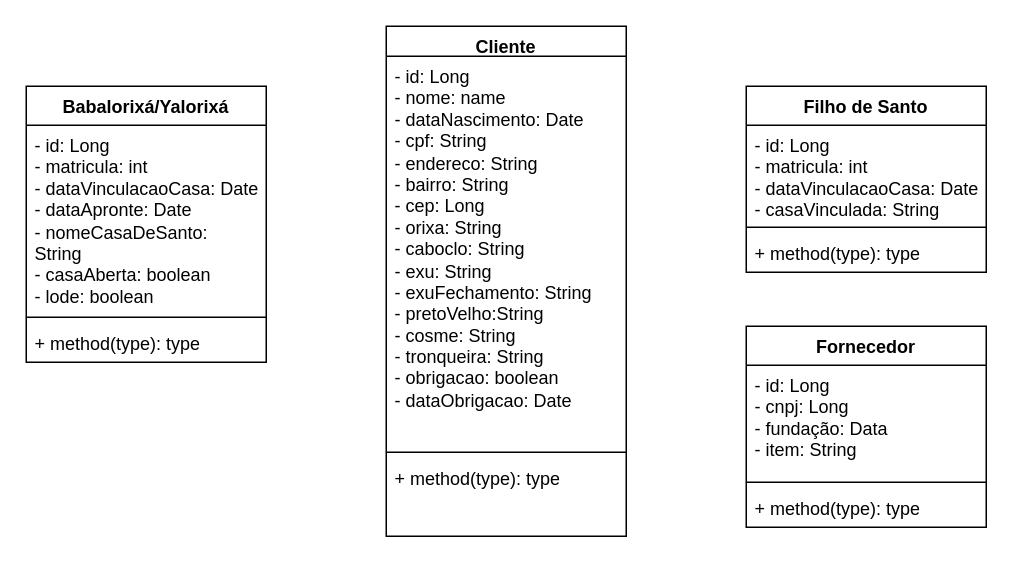
Earlier version of the draw.io diagram DiagramaDeClasse.drawio (AlexCarvalhovisk/sarava). Source tidied: cells renumbered, new cells numbered last; positions are measured from the earlier drawing's top-left corner, leaving out a move shared by most shapes. Both pictures are drawn from the tidied source at 150%, with x=0, y=0 at pixel (26, 26).
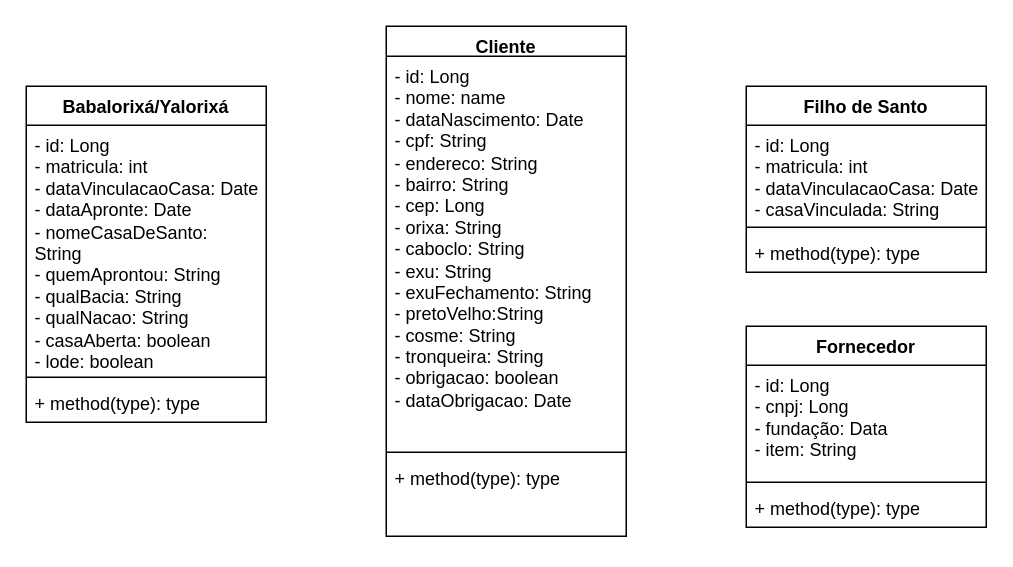
Above is the later version.

The edit, as a diff of the source:
```diff
@@
 <mxGraphModel>
   <root>
     <mxCell id="0" />
     <mxCell id="1" parent="0" />
     <mxCell id="2" value="Cliente" style="swimlane;fontStyle=1;align=center;verticalAlign=top;horizontal=1;startSize=20;whiteSpace=wrap;html=1;" parent="1" vertex="1">
       <mxGeometry x="240" width="160" height="340" as="geometry" />
     </mxCell>
     <mxCell id="3" value="- id: Long&lt;br&gt;- nome: name&lt;br&gt;- dataNascimento: Date&lt;br&gt;- cpf: String&lt;br&gt;- endereco: String&lt;br&gt;- bairro: String&lt;br&gt;- cep: Long&lt;br&gt;- orixa: String&lt;br style=&quot;border-color: var(--border-color);&quot;&gt;- caboclo: String&lt;br style=&quot;border-color: var(--border-color);&quot;&gt;- exu: String&lt;br&gt;- exuFechamento: String&lt;br&gt;- pretoVelho:String&lt;br&gt;- cosme: String&lt;br&gt;- tronqueira: String&lt;br&gt;- obrigacao: boolean&lt;br&gt;- dataObrigacao: Date" style="text;strokeColor=none;fillColor=none;align=left;verticalAlign=top;spacingLeft=4;spacingRight=4;overflow=hidden;whiteSpace=wrap;html=1;" parent="2" vertex="1">
       <mxGeometry y="20" width="160" height="260" as="geometry" />
     </mxCell>
     <mxCell id="4" style="line;strokeWidth=1;fillColor=none;align=left;verticalAlign=middle;spacingTop=-1;spacingLeft=3;spacingRight=3;labelPosition=right;strokeColor=inherit;" parent="2" vertex="1">
       <mxGeometry y="280" width="160" height="8" as="geometry" />
     </mxCell>
     <mxCell id="5" value="+ method(type): type" style="text;strokeColor=none;fillColor=none;align=left;verticalAlign=top;spacingLeft=4;spacingRight=4;overflow=hidden;whiteSpace=wrap;html=1;" parent="2" vertex="1">
       <mxGeometry y="288" width="160" height="52" as="geometry" />
     </mxCell>
     <mxCell id="6" value="Fornecedor" style="swimlane;fontStyle=1;align=center;verticalAlign=top;horizontal=1;startSize=26;whiteSpace=wrap;html=1;" parent="1" vertex="1">
       <mxGeometry x="480" y="200" width="160" height="134" as="geometry" />
     </mxCell>
     <mxCell id="7" value="- id: Long&lt;br&gt;- cnpj: Long&lt;br&gt;- fundação: Data&lt;br&gt;- item: String" style="text;strokeColor=none;fillColor=none;align=left;verticalAlign=top;spacingLeft=4;spacingRight=4;overflow=hidden;whiteSpace=wrap;html=1;" parent="6" vertex="1">
       <mxGeometry y="26" width="160" height="74" as="geometry" />
     </mxCell>
     <mxCell id="8" style="line;strokeWidth=1;fillColor=none;align=left;verticalAlign=middle;spacingTop=-1;spacingLeft=3;spacingRight=3;labelPosition=right;strokeColor=inherit;" parent="6" vertex="1">
       <mxGeometry y="100" width="160" height="8" as="geometry" />
     </mxCell>
     <mxCell id="9" value="+ method(type): type" style="text;strokeColor=none;fillColor=none;align=left;verticalAlign=top;spacingLeft=4;spacingRight=4;overflow=hidden;whiteSpace=wrap;html=1;" parent="6" vertex="1">
       <mxGeometry y="108" width="160" height="26" as="geometry" />
     </mxCell>
     <mxCell id="10" value="Filho de Santo" style="swimlane;fontStyle=1;align=center;verticalAlign=top;horizontal=1;startSize=26;whiteSpace=wrap;html=1;" parent="1" vertex="1">
       <mxGeometry x="480" y="40" width="160" height="124" as="geometry" />
     </mxCell>
     <mxCell id="11" value="- id: Long&lt;br&gt;- matricula: int&lt;br&gt;- dataVinculacaoCasa: Date&lt;br&gt;- casaVinculada: String" style="text;strokeColor=none;fillColor=none;align=left;verticalAlign=top;spacingLeft=4;spacingRight=4;overflow=hidden;whiteSpace=wrap;html=1;" parent="10" vertex="1">
       <mxGeometry y="26" width="160" height="64" as="geometry" />
     </mxCell>
     <mxCell id="12" style="line;strokeWidth=1;fillColor=none;align=left;verticalAlign=middle;spacingTop=-1;spacingLeft=3;spacingRight=3;labelPosition=right;strokeColor=inherit;" parent="10" vertex="1">
       <mxGeometry y="90" width="160" height="8" as="geometry" />
     </mxCell>
     <mxCell id="13" value="+ method(type): type" style="text;strokeColor=none;fillColor=none;align=left;verticalAlign=top;spacingLeft=4;spacingRight=4;overflow=hidden;whiteSpace=wrap;html=1;" parent="10" vertex="1">
       <mxGeometry y="98" width="160" height="26" as="geometry" />
     </mxCell>
     <mxCell id="14" value="Babalorixá/Yalorixá" style="swimlane;fontStyle=1;align=center;verticalAlign=top;horizontal=1;startSize=26;whiteSpace=wrap;html=1;" parent="1" vertex="1">
-      <mxGeometry y="40" width="160" height="184" as="geometry" />
+      <mxGeometry y="40" width="160" height="224" as="geometry" />
     </mxCell>
-    <mxCell id="15" value="- id: Long&lt;br style=&quot;border-color: var(--border-color);&quot;&gt;- matricula: int&lt;br style=&quot;border-color: var(--border-color);&quot;&gt;- dataVinculacaoCasa: Date&lt;br style=&quot;border-color: var(--border-color);&quot;&gt;- dataApronte: Date&lt;br&gt;- nomeCasaDeSanto: String&lt;br&gt;- casaAberta: boolean&lt;br&gt;- lode: boolean" style="text;strokeColor=none;fillColor=none;align=left;verticalAlign=top;spacingLeft=4;spacingRight=4;overflow=hidden;whiteSpace=wrap;html=1;" parent="14" vertex="1">
-      <mxGeometry y="26" width="160" height="124" as="geometry" />
+    <mxCell id="15" value="- id: Long&lt;br style=&quot;border-color: var(--border-color);&quot;&gt;- matricula: int&lt;br style=&quot;border-color: var(--border-color);&quot;&gt;- dataVinculacaoCasa: Date&lt;br style=&quot;border-color: var(--border-color);&quot;&gt;- dataApronte: Date&lt;br&gt;- nomeCasaDeSanto: String&lt;br&gt;- quemAprontou: String&lt;br&gt;- qualBacia: String&lt;br&gt;- qualNacao: String&lt;br&gt;- casaAberta: boolean&lt;br&gt;- lode: boolean" style="text;strokeColor=none;fillColor=none;align=left;verticalAlign=top;spacingLeft=4;spacingRight=4;overflow=hidden;whiteSpace=wrap;html=1;" parent="14" vertex="1">
+      <mxGeometry y="26" width="160" height="164" as="geometry" />
     </mxCell>
     <mxCell id="16" style="line;strokeWidth=1;fillColor=none;align=left;verticalAlign=middle;spacingTop=-1;spacingLeft=3;spacingRight=3;labelPosition=right;strokeColor=inherit;" parent="14" vertex="1">
-      <mxGeometry y="150" width="160" height="8" as="geometry" />
+      <mxGeometry y="190" width="160" height="8" as="geometry" />
     </mxCell>
     <mxCell id="17" value="+ method(type): type" style="text;strokeColor=none;fillColor=none;align=left;verticalAlign=top;spacingLeft=4;spacingRight=4;overflow=hidden;whiteSpace=wrap;html=1;" parent="14" vertex="1">
-      <mxGeometry y="158" width="160" height="26" as="geometry" />
+      <mxGeometry y="198" width="160" height="26" as="geometry" />
     </mxCell>
   </root>
 </mxGraphModel>
```
